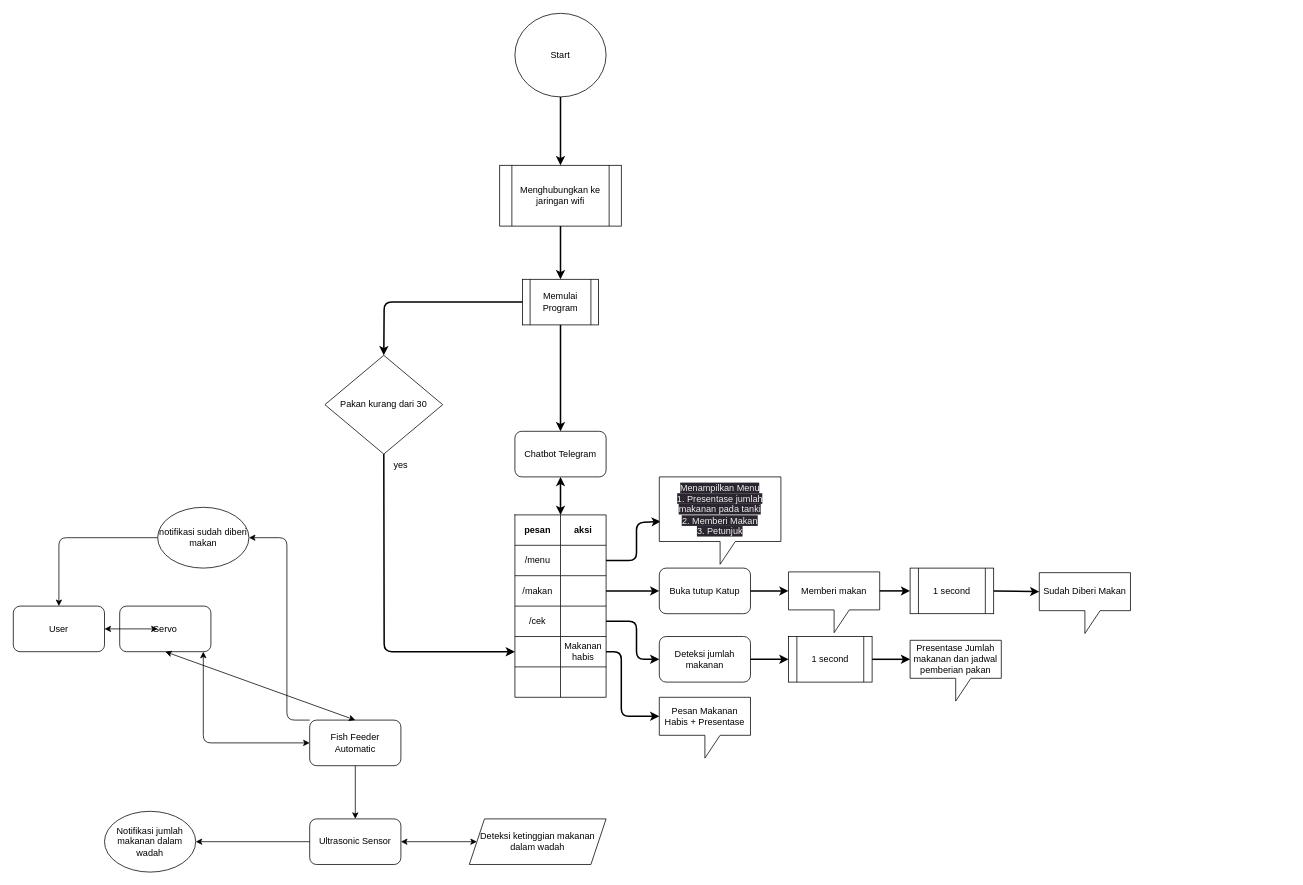
IF4LNA/A-Fish-feeder keeps this draw.io diagram as project/flow.drawio. Above is the earlier version. Source tidied: cells renumbered, new cells numbered last; positions are measured from the earlier drawing's top-left corner, leaving out a move shared by most shapes. Both pictures are drawn from the tidied source at 76%, with x=0, y=0 at pixel (13, 13).
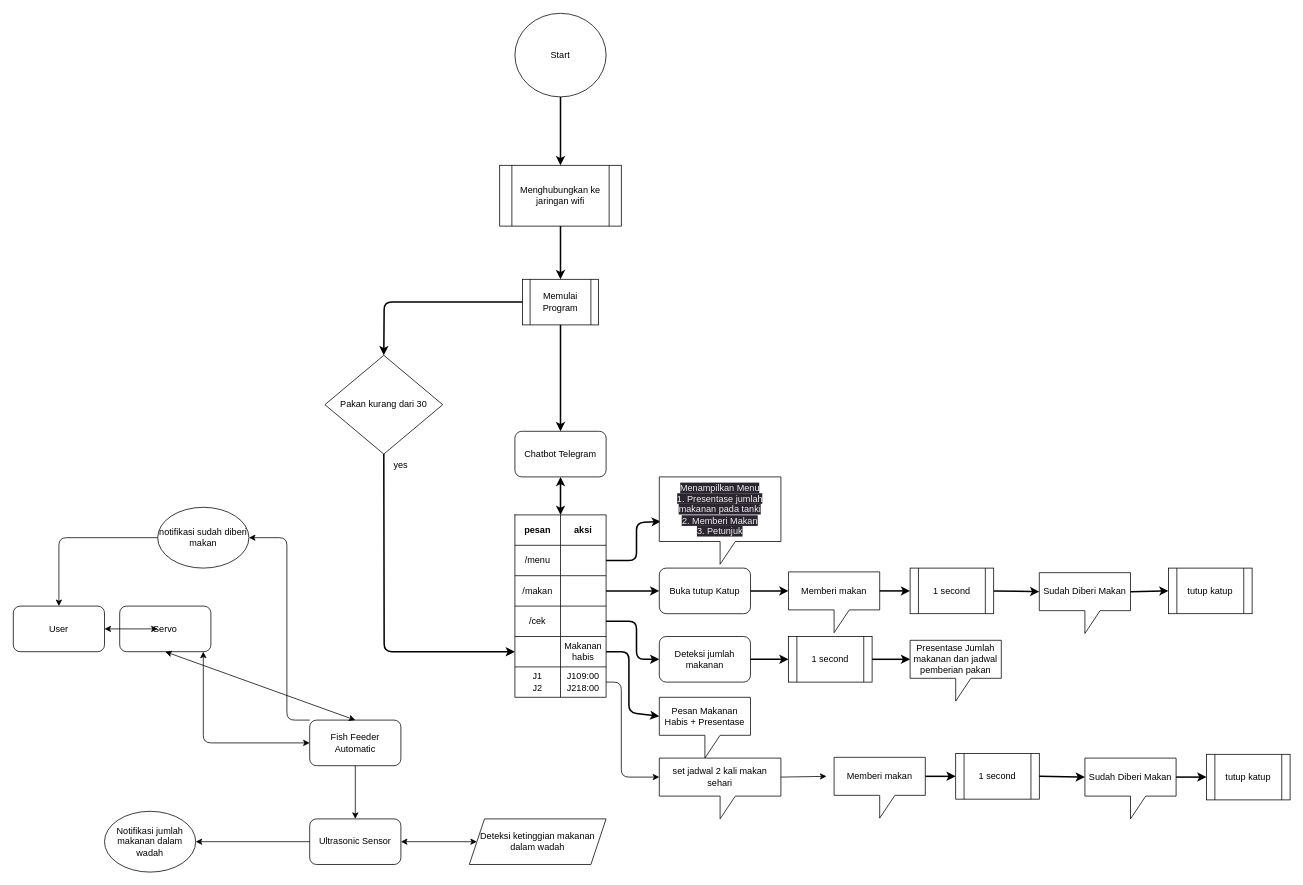
Above is the later version.

Commit message (it also covers changes not shown here):
chat bot untuk jadwal makan,  update code

Unchanged cells that the change refers to:
```xml
<mxCell id="31" style="shape=tableRow;horizontal=0;startSize=0;swimlaneHead=0;swimlaneBody=0;top=0;left=0;bottom=0;right=0;fillColor=none;points=[[0,0.5],[1,0.5]];portConstraint=eastwest;" parent="18" vertex="1">
  <mxGeometry y="160" width="120" height="40" as="geometry" />
</mxCell>
<mxCell id="34" style="shape=tableRow;horizontal=0;startSize=0;swimlaneHead=0;swimlaneBody=0;top=0;left=0;bottom=0;right=0;fillColor=none;points=[[0,0.5],[1,0.5]];portConstraint=eastwest;" parent="18" vertex="1">
  <mxGeometry y="200" width="120" height="40" as="geometry" />
</mxCell>
<mxCell id="43" value="Sudah Diberi Makan" style="shape=callout;whiteSpace=wrap;html=1;perimeter=calloutPerimeter;" parent="1" vertex="1">
  <mxGeometry x="1350" y="736" width="120" height="80" as="geometry" />
</mxCell>
<mxCell id="52" value="Pesan Makanan Habis + Presentase" style="shape=callout;whiteSpace=wrap;html=1;perimeter=calloutPerimeter;" parent="1" vertex="1">
  <mxGeometry x="850" y="900" width="120" height="80" as="geometry" />
</mxCell>
```

The edit, as a diff of the source:
```diff
@@
-    <mxCell id="35" style="shape=partialRectangle;html=1;whiteSpace=wrap;overflow=hidden;fillColor=none;top=0;left=0;bottom=0;right=0;" parent="34" vertex="1">
+    <mxCell id="35" value="J1&lt;br&gt;J2" style="shape=partialRectangle;html=1;whiteSpace=wrap;overflow=hidden;fillColor=none;top=0;left=0;bottom=0;right=0;" parent="34" vertex="1">
       <mxGeometry width="60" height="40" as="geometry" />
     </mxCell>
-    <mxCell id="36" style="shape=partialRectangle;html=1;whiteSpace=wrap;overflow=hidden;fillColor=none;top=0;left=0;bottom=0;right=0;" parent="34" vertex="1">
+    <mxCell id="36" value="J109:00&lt;br&gt;J218:00" style="shape=partialRectangle;html=1;whiteSpace=wrap;overflow=hidden;fillColor=none;top=0;left=0;bottom=0;right=0;" parent="34" vertex="1">
       <mxGeometry x="60" width="60" height="40" as="geometry" />
     </mxCell>
@@
     <mxCell id="53" style="endArrow=classic;html=1;strokeWidth=2;exitX=1;exitY=0.5;exitDx=0;exitDy=0;entryX=0;entryY=0;entryDx=0;entryDy=25;entryPerimeter=0;" parent="1" edge="1" source="31" target="52">
       <mxGeometry relative="1" as="geometry">
         <Array as="points">
-          <mxPoint x="800" y="840" />
-          <mxPoint x="800" y="925" />
+          <mxPoint x="810" y="840" />
+          <mxPoint x="810" y="920" />
         </Array>
       </mxGeometry>
     </mxCell>
@@
+    <mxCell id="66" style="endArrow=classic;html=1;exitX=1;exitY=0.5;exitDx=0;exitDy=0;entryX=0;entryY=0;entryDx=0;entryDy=25;entryPerimeter=0;" parent="1" edge="1" source="34" target="67">
+      <mxGeometry relative="1" as="geometry">
+        <Array as="points">
+          <mxPoint x="800" y="880" />
+          <mxPoint x="800" y="1005" />
+        </Array>
+      </mxGeometry>
+    </mxCell>
+    <mxCell id="67" value="set jadwal 2 kali makan sehari" style="shape=callout;whiteSpace=wrap;html=1;perimeter=calloutPerimeter;" parent="1" vertex="1">
+      <mxGeometry x="850" y="980" width="160" height="80" as="geometry" />
+    </mxCell>
+    <mxCell id="68" style="endArrow=classic;html=1;exitX=0;exitY=0;exitDx=160;exitDy=25;exitPerimeter=0;entryX=0;entryY=0.5;entryDx=0;entryDy=0;" parent="1" edge="1" source="67">
+      <mxGeometry relative="1" as="geometry">
+        <mxPoint x="1070" y="1004" as="targetPoint" />
+      </mxGeometry>
+    </mxCell>
+    <mxCell id="69" value="Memberi makan" style="shape=callout;whiteSpace=wrap;html=1;perimeter=calloutPerimeter;" parent="1" vertex="1">
+      <mxGeometry x="1080" y="979" width="120" height="80" as="geometry" />
+    </mxCell>
+    <mxCell id="70" value="1 second" style="shape=process;whiteSpace=wrap;html=1;backgroundOutline=1;" parent="1" vertex="1">
+      <mxGeometry x="1240" y="974" width="110" height="60" as="geometry" />
+    </mxCell>
+    <mxCell id="71" style="endArrow=classic;html=1;strokeWidth=2;exitX=0;exitY=0;exitDx=120.00000000000001;exitDy=25;entryX=0;entryY=0.5;entryDx=0;entryDy=0;exitPerimeter=0;" parent="1" edge="1" source="69" target="70">
+      <mxGeometry relative="1" as="geometry" />
+    </mxCell>
+    <mxCell id="72" value="Sudah Diberi Makan" style="shape=callout;whiteSpace=wrap;html=1;perimeter=calloutPerimeter;" parent="1" vertex="1">
+      <mxGeometry x="1410" y="980" width="120" height="80" as="geometry" />
+    </mxCell>
+    <mxCell id="73" style="endArrow=classic;html=1;strokeWidth=2;entryX=0;entryY=0;entryDx=0;entryDy=25;entryPerimeter=0;exitX=1;exitY=0.5;exitDx=0;exitDy=0;" parent="1" edge="1" source="70" target="72">
+      <mxGeometry relative="1" as="geometry" />
+    </mxCell>
+    <mxCell id="74" value="tutup katup" style="shape=process;whiteSpace=wrap;html=1;backgroundOutline=1;" parent="1" vertex="1">
+      <mxGeometry x="1520" y="730" width="110" height="60" as="geometry" />
+    </mxCell>
+    <mxCell id="75" value="tutup katup" style="shape=process;whiteSpace=wrap;html=1;backgroundOutline=1;" parent="1" vertex="1">
+      <mxGeometry x="1570" y="975" width="110" height="60" as="geometry" />
+    </mxCell>
+    <mxCell id="76" style="endArrow=classic;html=1;strokeWidth=2;entryX=0;entryY=0.5;entryDx=0;entryDy=0;exitX=0;exitY=0;exitDx=120;exitDy=25;exitPerimeter=0;" parent="1" edge="1" source="72" target="75">
+      <mxGeometry relative="1" as="geometry" />
+    </mxCell>
+    <mxCell id="77" style="endArrow=classic;html=1;strokeWidth=2;entryX=0;entryY=0.5;entryDx=0;entryDy=0;exitX=0;exitY=0;exitDx=120;exitDy=25;exitPerimeter=0;" parent="1" edge="1" source="43" target="74">
+      <mxGeometry relative="1" as="geometry" />
+    </mxCell>
```
